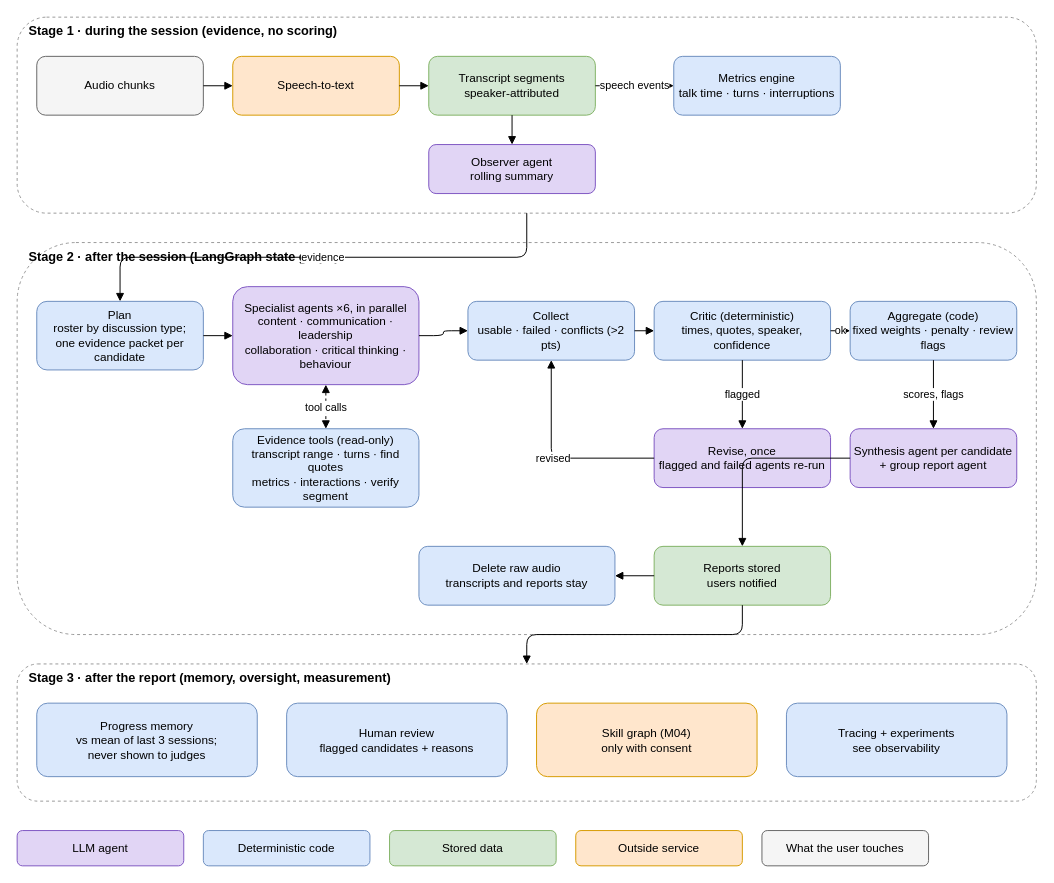
The draw.io diagram docs/agentic_design.drawio in ADI-KRISH/GD-Simulator, before the edit. Source tidied: cells renumbered, new cells numbered last; positions are measured from the earlier drawing's top-left corner, leaving out a move shared by most shapes. Both pictures are drawn from the tidied source at 98%, with x=0, y=0 at pixel (17, 17).
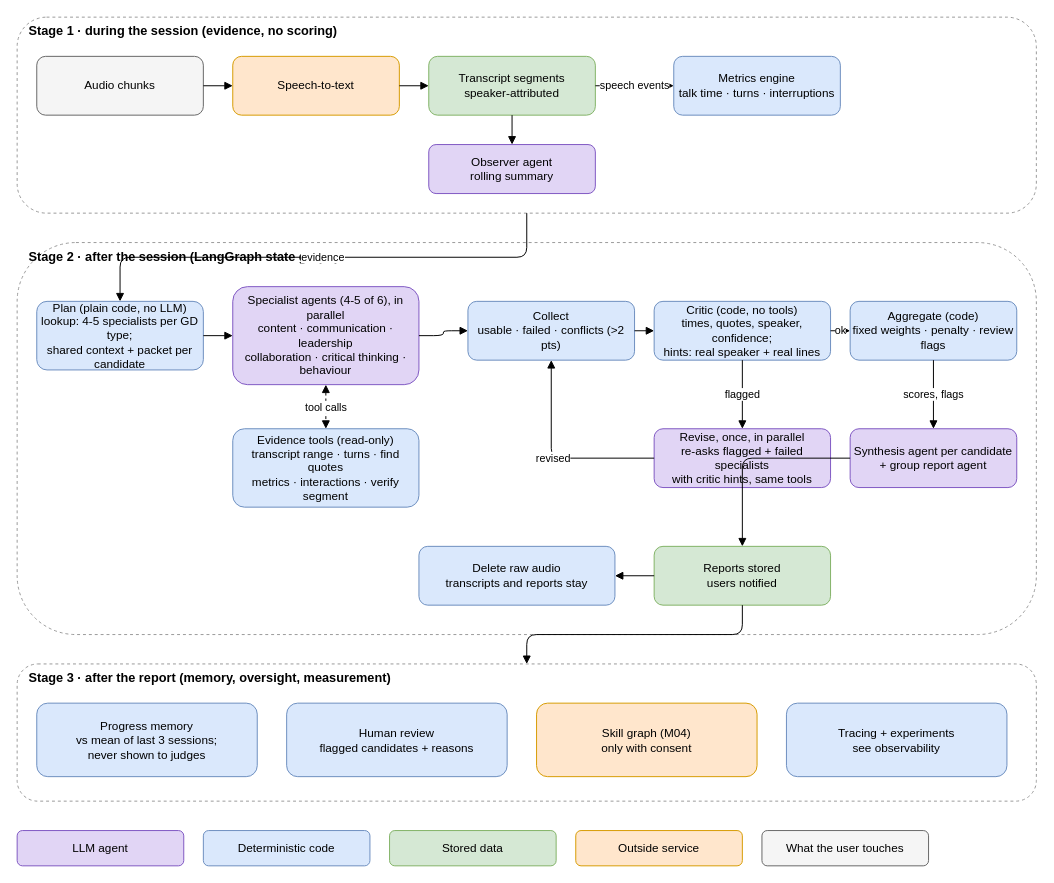
Above is the later version.

Commit message (it also covers changes not shown here):
Docs: agentic diagram shows plan as code, critic without tools, parallel revise with hints

Diff of the diagram source:
```diff
@@
-    <mxCell id="13" value="Plan&lt;br&gt;roster by discussion type;&lt;br&gt;one evidence packet per candidate" style="rounded=1;whiteSpace=wrap;html=1;fillColor=#DAE8FC;strokeColor=#6C8EBF;fontSize=12;" parent="1" vertex="1">
+    <mxCell id="13" value="Plan (plain code, no LLM)&lt;br&gt;lookup: 4-5 specialists per GD type;&lt;br&gt;shared context + packet per candidate" style="rounded=1;whiteSpace=wrap;html=1;fillColor=#DAE8FC;strokeColor=#6C8EBF;fontSize=12;" parent="1" vertex="1">
       <mxGeometry x="20" y="290" width="170" height="70" as="geometry" />
     </mxCell>
-    <mxCell id="14" value="Specialist agents ×6, in parallel&lt;br&gt;content · communication · leadership&lt;br&gt;collaboration · critical thinking · behaviour" style="rounded=1;whiteSpace=wrap;html=1;fillColor=#E1D5F5;strokeColor=#7E57C2;fontSize=12;" parent="1" vertex="1">
+    <mxCell id="14" value="Specialist agents (4-5 of 6), in parallel&lt;br&gt;content · communication · leadership&lt;br&gt;collaboration · critical thinking · behaviour" style="rounded=1;whiteSpace=wrap;html=1;fillColor=#E1D5F5;strokeColor=#7E57C2;fontSize=12;" parent="1" vertex="1">
       <mxGeometry x="220" y="275" width="190" height="100" as="geometry" />
     </mxCell>
@@
-    <mxCell id="17" value="Critic (deterministic)&lt;br&gt;times, quotes, speaker, confidence" style="rounded=1;whiteSpace=wrap;html=1;fillColor=#DAE8FC;strokeColor=#6C8EBF;fontSize=12;" parent="1" vertex="1">
+    <mxCell id="17" value="Critic (code, no tools)&lt;br&gt;times, quotes, speaker, confidence;&lt;br&gt;hints: real speaker + real lines" style="rounded=1;whiteSpace=wrap;html=1;fillColor=#DAE8FC;strokeColor=#6C8EBF;fontSize=12;" parent="1" vertex="1">
       <mxGeometry x="650" y="290" width="180" height="60" as="geometry" />
     </mxCell>
@@
-    <mxCell id="19" value="Revise, once&lt;br&gt;flagged and failed agents re-run" style="rounded=1;whiteSpace=wrap;html=1;fillColor=#E1D5F5;strokeColor=#7E57C2;fontSize=12;" parent="1" vertex="1">
+    <mxCell id="19" value="Revise, once, in parallel&lt;br&gt;re-asks flagged + failed specialists&lt;br&gt;with critic hints, same tools" style="rounded=1;whiteSpace=wrap;html=1;fillColor=#E1D5F5;strokeColor=#7E57C2;fontSize=12;" parent="1" vertex="1">
       <mxGeometry x="650" y="420" width="180" height="60" as="geometry" />
     </mxCell>
```
